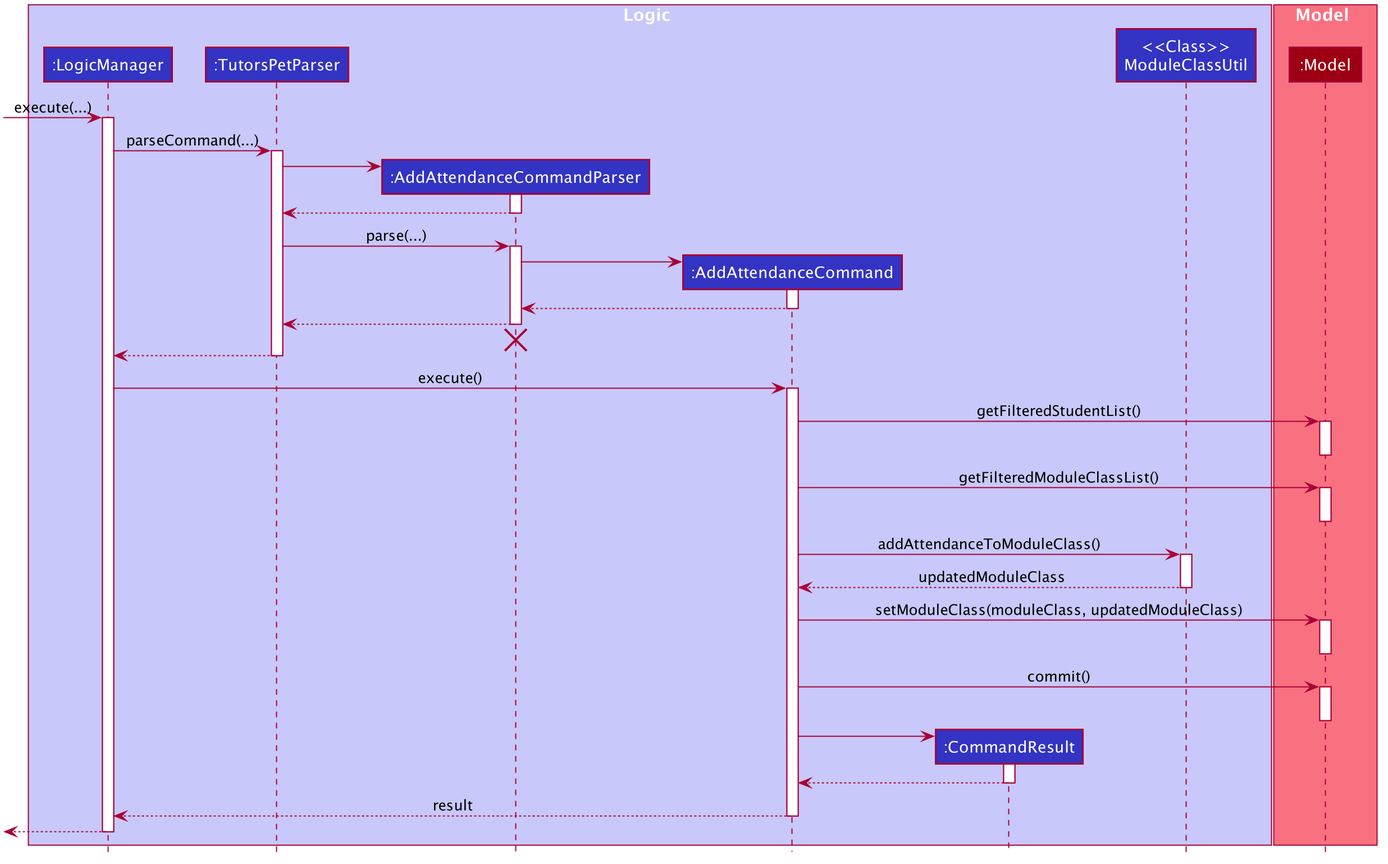
The PlantUML diagram docs/images/AddAttendanceSequenceDiagram.png in ypinhsuan/tp, before a commit.
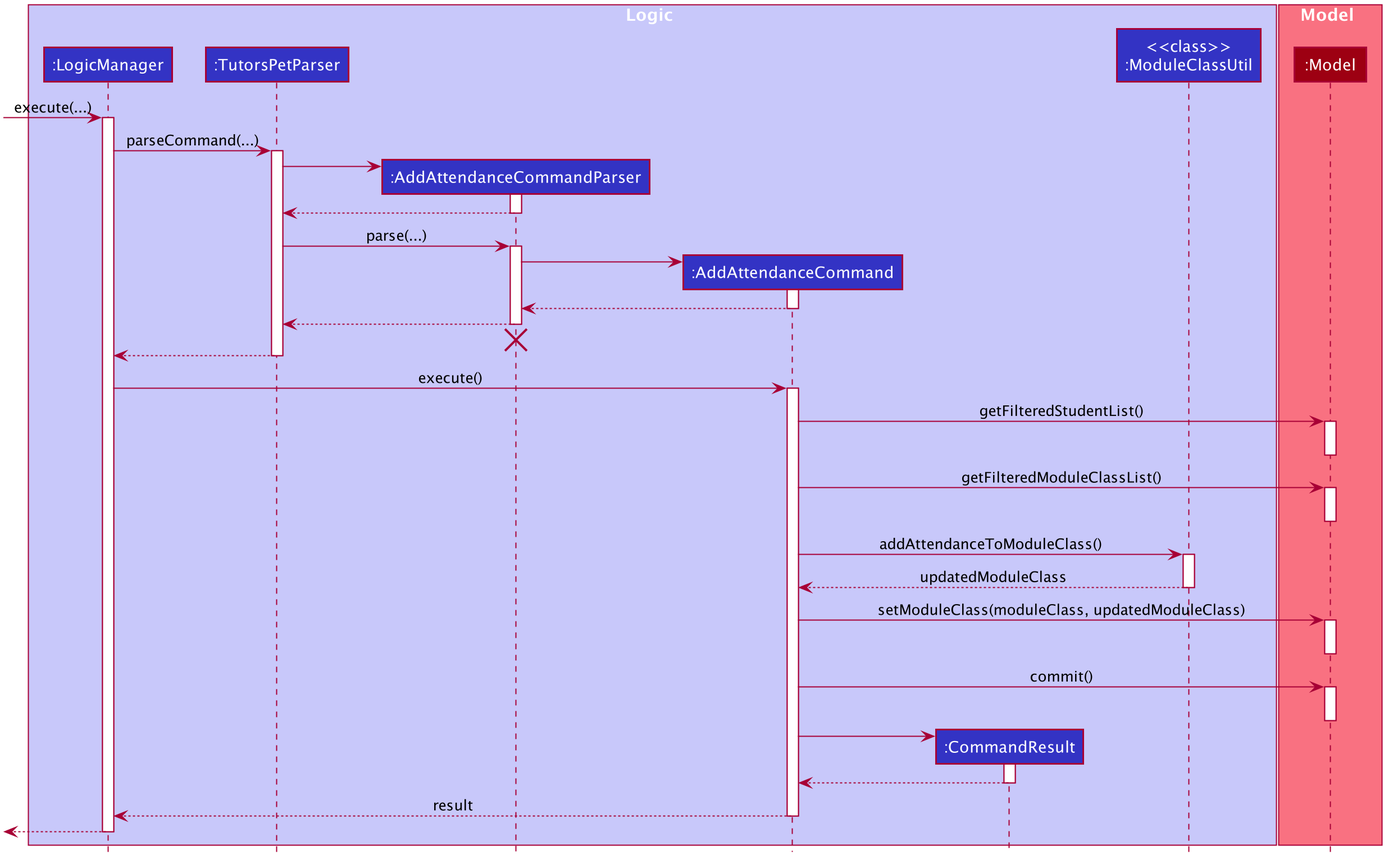
Above is the later version.

What changed in the source:
```diff
@@ -54,7 +54,7 @@
 participant ":AddAttendanceCommandParser" as AddAttendanceCommandParser #3333C4
 participant ":AddAttendanceCommand" as AddAttendanceCommand #3333C4
 participant ":CommandResult" as CommandResult #3333C4
-participant "<<Class>>\nModuleClassUtil" as ModuleClassUtil #3333C4
+participant "<<class>>\n:ModuleClassUtil" as ModuleClassUtil #3333C4
 end box
 
 box Model #F97181
```
